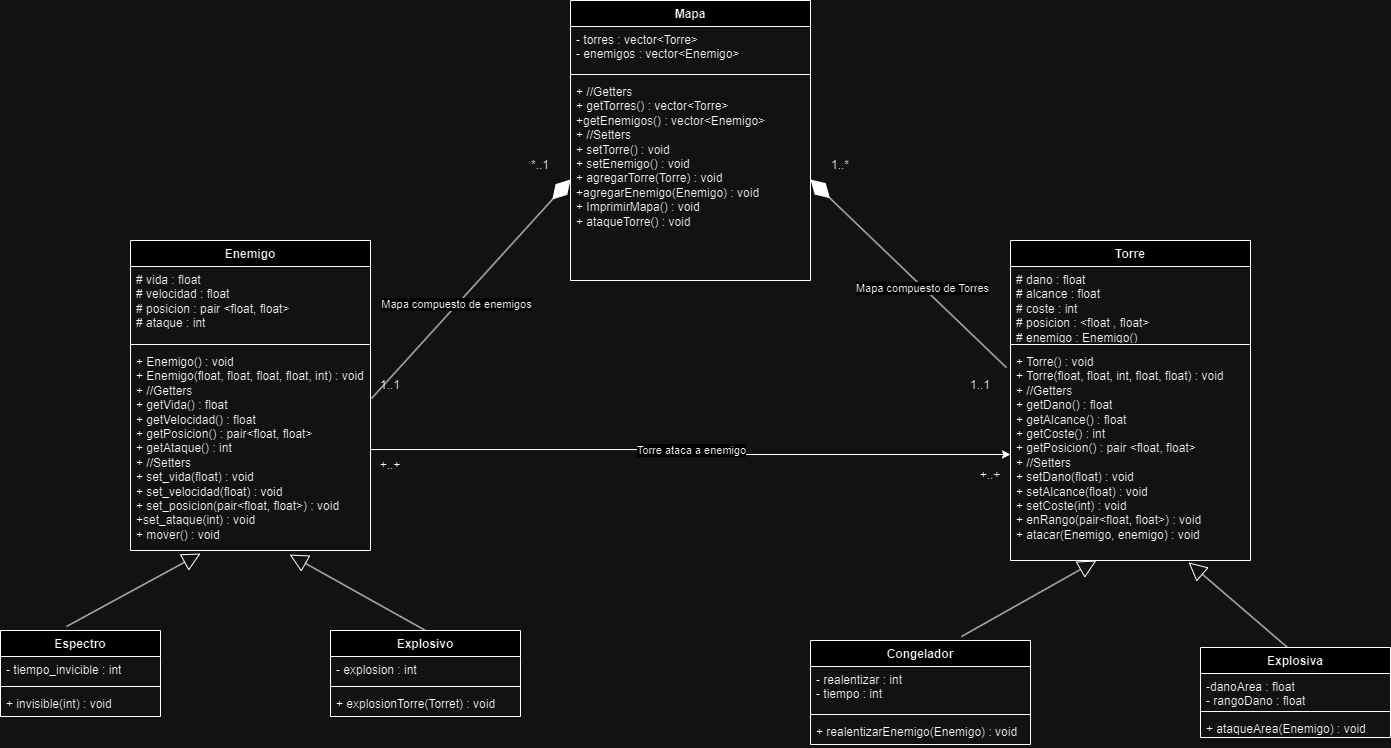
This is defensas-Arcaicas.drawio.png from M4nsi00/Defensas-Arcaicas, a draw.io export, as it was before one commit. Source tidied: cells renumbered, new cells last; positions are measured from the earlier drawing's top-left corner, leaving out a move shared by most shapes.
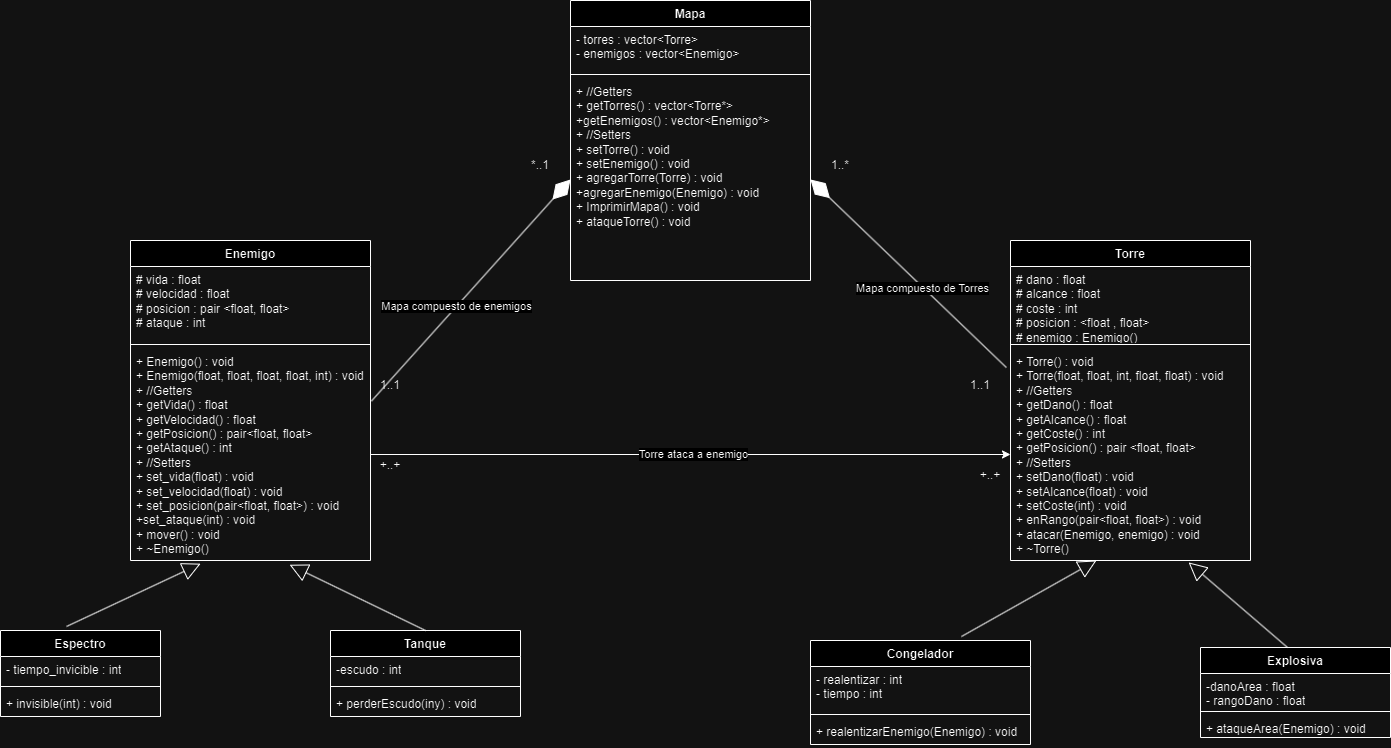
After the commit.

Commit message:
cambios en el algoritmo

Diff of the diagram source:
```diff
@@ -11,11 +11,11 @@
     <mxCell id="4" style="line;strokeWidth=1;fillColor=none;align=left;verticalAlign=middle;spacingTop=-1;spacingLeft=3;spacingRight=3;labelPosition=right;strokeColor=inherit;" parent="2" vertex="1">
       <mxGeometry y="70" width="240" height="8" as="geometry" />
     </mxCell>
-    <mxCell id="5" value="+ //Getters&lt;div&gt;+ getTorres() : vector&amp;lt;Torre&amp;gt;&lt;/div&gt;&lt;div&gt;+getEnemigos() : vector&amp;lt;Enemigo&amp;gt;&lt;/div&gt;&lt;div&gt;+ //Setters&lt;/div&gt;&lt;div&gt;+ setTorre() : void&lt;/div&gt;&lt;div&gt;+ setEnemigo() : void&lt;/div&gt;&lt;div&gt;+ agregarTorre(Torre) : void&lt;/div&gt;&lt;div&gt;+agregarEnemigo(Enemigo) : void&lt;/div&gt;&lt;div&gt;+ ImprimirMapa() : void&lt;/div&gt;&lt;div&gt;+ ataqueTorre() : void&lt;/div&gt;" style="text;strokeColor=none;fillColor=none;align=left;verticalAlign=top;spacingLeft=4;spacingRight=4;overflow=hidden;points=[[0,0.5],[1,0.5]];portConstraint=eastwest;whiteSpace=wrap;html=1;" parent="2" vertex="1">
+    <mxCell id="5" value="+ //Getters&lt;div&gt;+ getTorres() : vector&amp;lt;Torre*&amp;gt;&lt;/div&gt;&lt;div&gt;+getEnemigos() : vector&amp;lt;Enemigo*&amp;gt;&lt;/div&gt;&lt;div&gt;+ //Setters&lt;/div&gt;&lt;div&gt;+ setTorre() : void&lt;/div&gt;&lt;div&gt;+ setEnemigo() : void&lt;/div&gt;&lt;div&gt;+ agregarTorre(Torre) : void&lt;/div&gt;&lt;div&gt;+agregarEnemigo(Enemigo) : void&lt;/div&gt;&lt;div&gt;+ ImprimirMapa() : void&lt;/div&gt;&lt;div&gt;+ ataqueTorre() : void&lt;/div&gt;" style="text;strokeColor=none;fillColor=none;align=left;verticalAlign=top;spacingLeft=4;spacingRight=4;overflow=hidden;points=[[0,0.5],[1,0.5]];portConstraint=eastwest;whiteSpace=wrap;html=1;" parent="2" vertex="1">
       <mxGeometry y="78" width="240" height="202" as="geometry" />
     </mxCell>
     <mxCell id="6" value="Enemigo" style="swimlane;fontStyle=1;align=center;verticalAlign=top;horizontal=1;startSize=26;whiteSpace=wrap;html=1;" parent="1" vertex="1">
-      <mxGeometry x="130" y="240" width="240" height="310" as="geometry" />
+      <mxGeometry x="130" y="240" width="240" height="320" as="geometry" />
     </mxCell>
     <mxCell id="7" value="# vida : float&lt;div&gt;# velocidad : float&lt;/div&gt;&lt;div&gt;# posicion : pair &amp;lt;float, float&amp;gt;&lt;/div&gt;&lt;div&gt;# ataque : int&lt;/div&gt;" style="text;strokeColor=none;fillColor=none;align=left;verticalAlign=top;spacingLeft=4;spacingRight=4;overflow=hidden;whiteSpace=wrap;html=1;" parent="6" vertex="1">
       <mxGeometry y="26" width="240" height="74" as="geometry" />
@@ -23,8 +23,8 @@
     <mxCell id="8" style="line;strokeWidth=1;fillColor=none;align=left;verticalAlign=middle;spacingTop=-1;spacingLeft=3;spacingRight=3;labelPosition=right;strokeColor=inherit;" parent="6" vertex="1">
       <mxGeometry y="100" width="240" height="8" as="geometry" />
     </mxCell>
-    <mxCell id="9" value="+ Enemigo() : void&lt;div&gt;+ Enemigo(float, float, float, float, int) : void&lt;/div&gt;&lt;div&gt;+ //Getters&lt;/div&gt;&lt;div&gt;+ getVida() : float&lt;/div&gt;&lt;div&gt;+ getVelocidad() : float&lt;/div&gt;&lt;div&gt;+ getPosicion() : pair&amp;lt;float, float&amp;gt;&lt;/div&gt;&lt;div&gt;+ getAtaque() : int&lt;/div&gt;&lt;div&gt;+ //Setters&lt;/div&gt;&lt;div&gt;+ set_vida(float) : void&lt;/div&gt;&lt;div&gt;+ set_velocidad(float) : void&lt;/div&gt;&lt;div&gt;+ set_posicion(pair&amp;lt;float, float&amp;gt;) : void&lt;/div&gt;&lt;div&gt;+set_ataque(int) : void&lt;/div&gt;&lt;div&gt;+ mover() : void&lt;/div&gt;" style="text;strokeColor=none;fillColor=none;align=left;verticalAlign=top;spacingLeft=4;spacingRight=4;overflow=hidden;points=[[0,0.5],[1,0.5]];portConstraint=eastwest;whiteSpace=wrap;html=1;" parent="6" vertex="1">
-      <mxGeometry y="108" width="240" height="202" as="geometry" />
+    <mxCell id="9" value="+ Enemigo() : void&lt;div&gt;+ Enemigo(float, float, float, float, int) : void&lt;/div&gt;&lt;div&gt;+ //Getters&lt;/div&gt;&lt;div&gt;+ getVida() : float&lt;/div&gt;&lt;div&gt;+ getVelocidad() : float&lt;/div&gt;&lt;div&gt;+ getPosicion() : pair&amp;lt;float, float&amp;gt;&lt;/div&gt;&lt;div&gt;+ getAtaque() : int&lt;/div&gt;&lt;div&gt;+ //Setters&lt;/div&gt;&lt;div&gt;+ set_vida(float) : void&lt;/div&gt;&lt;div&gt;+ set_velocidad(float) : void&lt;/div&gt;&lt;div&gt;+ set_posicion(pair&amp;lt;float, float&amp;gt;) : void&lt;/div&gt;&lt;div&gt;+set_ataque(int) : void&lt;/div&gt;&lt;div&gt;+ mover() : void&lt;/div&gt;&lt;div&gt;+ ~Enemigo()&lt;br&gt;&lt;/div&gt;" style="text;strokeColor=none;fillColor=none;align=left;verticalAlign=top;spacingLeft=4;spacingRight=4;overflow=hidden;points=[[0,0.5],[1,0.5]];portConstraint=eastwest;whiteSpace=wrap;html=1;" parent="6" vertex="1">
+      <mxGeometry y="108" width="240" height="212" as="geometry" />
     </mxCell>
     <mxCell id="10" style="endArrow=diamondThin;endFill=1;endSize=24;html=1;rounded=0;entryX=0;entryY=0.5;entryDx=0;entryDy=0;exitX=1.004;exitY=0.248;exitDx=0;exitDy=0;exitPerimeter=0;" parent="1" edge="1" source="9" target="5">
       <mxGeometry relative="1" as="geometry" />
@@ -47,7 +47,7 @@
     <mxCell id="16" style="line;strokeWidth=1;fillColor=none;align=left;verticalAlign=middle;spacingTop=-1;spacingLeft=3;spacingRight=3;labelPosition=right;strokeColor=inherit;" parent="14" vertex="1">
       <mxGeometry y="100" width="240" height="8" as="geometry" />
     </mxCell>
-    <mxCell id="17" value="+ Torre() : void&lt;div&gt;+ Torre(float, float, int, float, float) : void&lt;/div&gt;&lt;div&gt;+ //Getters&lt;/div&gt;&lt;div&gt;+ getDano() : float&lt;/div&gt;&lt;div&gt;+ getAlcance() : float&lt;/div&gt;&lt;div&gt;+ getCoste() : int&lt;/div&gt;&lt;div&gt;+ getPosicion() : pair &amp;lt;float, float&amp;gt;&lt;/div&gt;&lt;div&gt;+ //Setters&lt;/div&gt;&lt;div&gt;+ setDano(float) : void&lt;/div&gt;&lt;div&gt;+ setAlcance(float) : void&lt;/div&gt;&lt;div&gt;+ setCoste(int) : void&lt;/div&gt;&lt;div&gt;+ enRango(pair&amp;lt;float, float&amp;gt;) : void&lt;/div&gt;&lt;div&gt;+ atacar(Enemigo, enemigo) : void&lt;/div&gt;" style="text;strokeColor=none;fillColor=none;align=left;verticalAlign=top;spacingLeft=4;spacingRight=4;overflow=hidden;points=[[0,0.5],[1,0.5]];portConstraint=eastwest;whiteSpace=wrap;html=1;" parent="14" vertex="1">
+    <mxCell id="17" value="+ Torre() : void&lt;div&gt;+ Torre(float, float, int, float, float) : void&lt;/div&gt;&lt;div&gt;+ //Getters&lt;/div&gt;&lt;div&gt;+ getDano() : float&lt;/div&gt;&lt;div&gt;+ getAlcance() : float&lt;/div&gt;&lt;div&gt;+ getCoste() : int&lt;/div&gt;&lt;div&gt;+ getPosicion() : pair &amp;lt;float, float&amp;gt;&lt;/div&gt;&lt;div&gt;+ //Setters&lt;/div&gt;&lt;div&gt;+ setDano(float) : void&lt;/div&gt;&lt;div&gt;+ setAlcance(float) : void&lt;/div&gt;&lt;div&gt;+ setCoste(int) : void&lt;/div&gt;&lt;div&gt;+ enRango(pair&amp;lt;float, float&amp;gt;) : void&lt;/div&gt;&lt;div&gt;+ atacar(Enemigo, enemigo) : void&lt;/div&gt;&lt;div&gt;+ ~Torre()&lt;br&gt;&lt;/div&gt;" style="text;strokeColor=none;fillColor=none;align=left;verticalAlign=top;spacingLeft=4;spacingRight=4;overflow=hidden;points=[[0,0.5],[1,0.5]];portConstraint=eastwest;whiteSpace=wrap;html=1;" parent="14" vertex="1">
       <mxGeometry y="108" width="240" height="212" as="geometry" />
     </mxCell>
     <mxCell id="18" style="endArrow=diamondThin;endFill=1;endSize=24;html=1;rounded=0;entryX=1;entryY=0.5;entryDx=0;entryDy=0;exitX=-0.017;exitY=0.09;exitDx=0;exitDy=0;exitPerimeter=0;" parent="1" edge="1" source="17" target="5">
@@ -74,16 +74,16 @@
     <mxCell id="25" value="+ invisible(int) : void" style="text;strokeColor=none;fillColor=none;align=left;verticalAlign=top;spacingLeft=4;spacingRight=4;overflow=hidden;whiteSpace=wrap;html=1;" parent="22" vertex="1">
       <mxGeometry y="60" width="160" height="26" as="geometry" />
     </mxCell>
-    <mxCell id="26" value="Explosivo" style="swimlane;fontStyle=1;align=center;verticalAlign=top;horizontal=1;startSize=26;whiteSpace=wrap;html=1;" parent="1" vertex="1">
+    <mxCell id="26" value="Tanque" style="swimlane;fontStyle=1;align=center;verticalAlign=top;horizontal=1;startSize=26;whiteSpace=wrap;html=1;" parent="1" vertex="1">
       <mxGeometry x="330" y="630" width="190" height="86" as="geometry" />
     </mxCell>
-    <mxCell id="27" value="- explosion : int" style="text;strokeColor=none;fillColor=none;align=left;verticalAlign=top;spacingLeft=4;spacingRight=4;overflow=hidden;whiteSpace=wrap;html=1;" parent="26" vertex="1">
+    <mxCell id="27" value="-escudo : int" style="text;strokeColor=none;fillColor=none;align=left;verticalAlign=top;spacingLeft=4;spacingRight=4;overflow=hidden;whiteSpace=wrap;html=1;" parent="26" vertex="1">
       <mxGeometry y="26" width="190" height="26" as="geometry" />
     </mxCell>
     <mxCell id="28" style="line;strokeWidth=1;fillColor=none;align=left;verticalAlign=middle;spacingTop=-1;spacingLeft=3;spacingRight=3;labelPosition=right;strokeColor=inherit;" parent="26" vertex="1">
       <mxGeometry y="52" width="190" height="8" as="geometry" />
     </mxCell>
-    <mxCell id="29" value="+ explosionTorre(Torret) : void" style="text;strokeColor=none;fillColor=none;align=left;verticalAlign=top;spacingLeft=4;spacingRight=4;overflow=hidden;whiteSpace=wrap;html=1;" parent="26" vertex="1">
+    <mxCell id="29" value="+ perderEscudo(iny) : void" style="text;strokeColor=none;fillColor=none;align=left;verticalAlign=top;spacingLeft=4;spacingRight=4;overflow=hidden;whiteSpace=wrap;html=1;" parent="26" vertex="1">
       <mxGeometry y="60" width="190" height="26" as="geometry" />
     </mxCell>
     <mxCell id="30" value="Explosiva" style="swimlane;fontStyle=1;align=center;verticalAlign=top;horizontal=1;startSize=26;whiteSpace=wrap;html=1;" parent="1" vertex="1">
```
